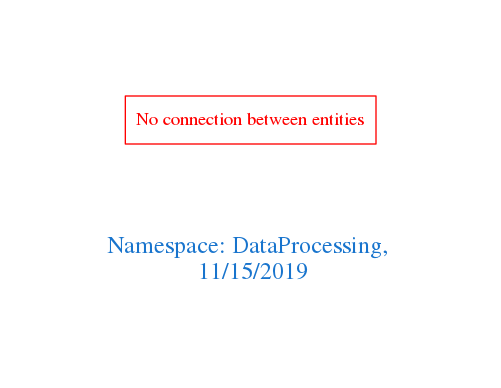
Before: downloads/DataProcessing.png, a diagram exported from Graphviz (arago/OGIT). Its source is kept beside it as downloads/DataProcessing.dot.
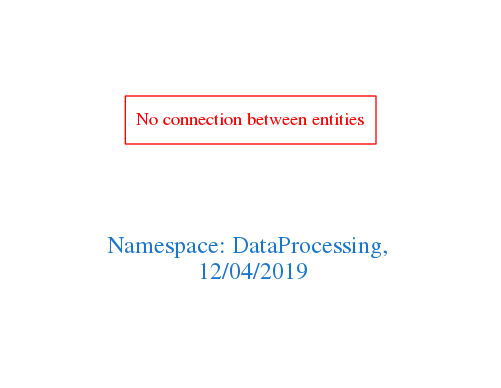
Later version of the same file.

What changed in the source:
```diff
@@ -1,7 +1,7 @@
 digraph OGIT_ontology {
  graph [ rankdir= LR,pad=1
 fontsize = 18,
-fontcolor= dodgerblue3,label = "\n\n\nNamespace: DataProcessing, \n 11/15/2019"];
+fontcolor= dodgerblue3,label = "\n\n\nNamespace: DataProcessing, \n 12/04/2019"];
 node[shape=polygon];
 edge [  color="gray81"];
 
```
